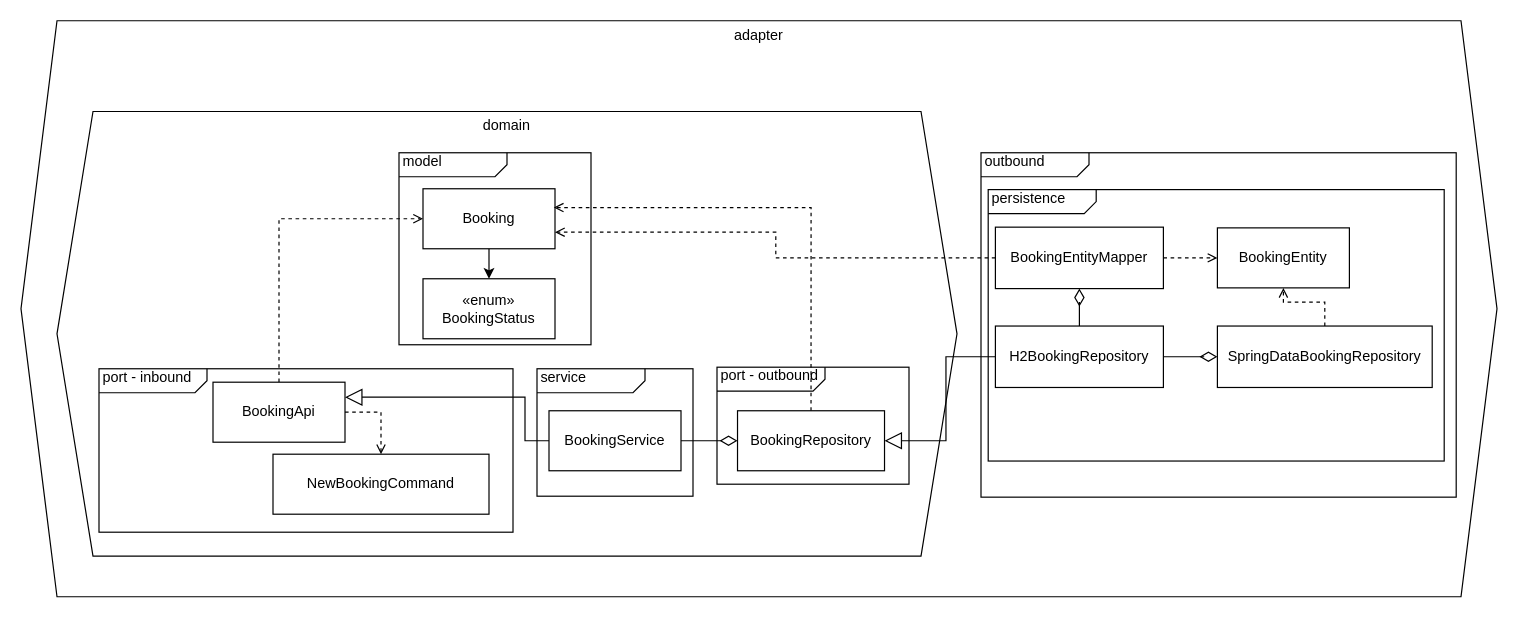
Earlier version of the draw.io diagram page "booking domein met persistence" (7 of 9) of docs/assignment-diagrammen/diagrammen-verzameling.drawio (Quintor/hexagonal-architecture-workshop). Source tidied: cells renumbered, new cells numbered last; positions are measured from the earlier drawing's top-left corner, leaving out a move shared by most shapes. Both pictures are drawn from the tidied source at 120%, with x=0, y=0 at pixel (20, 20).
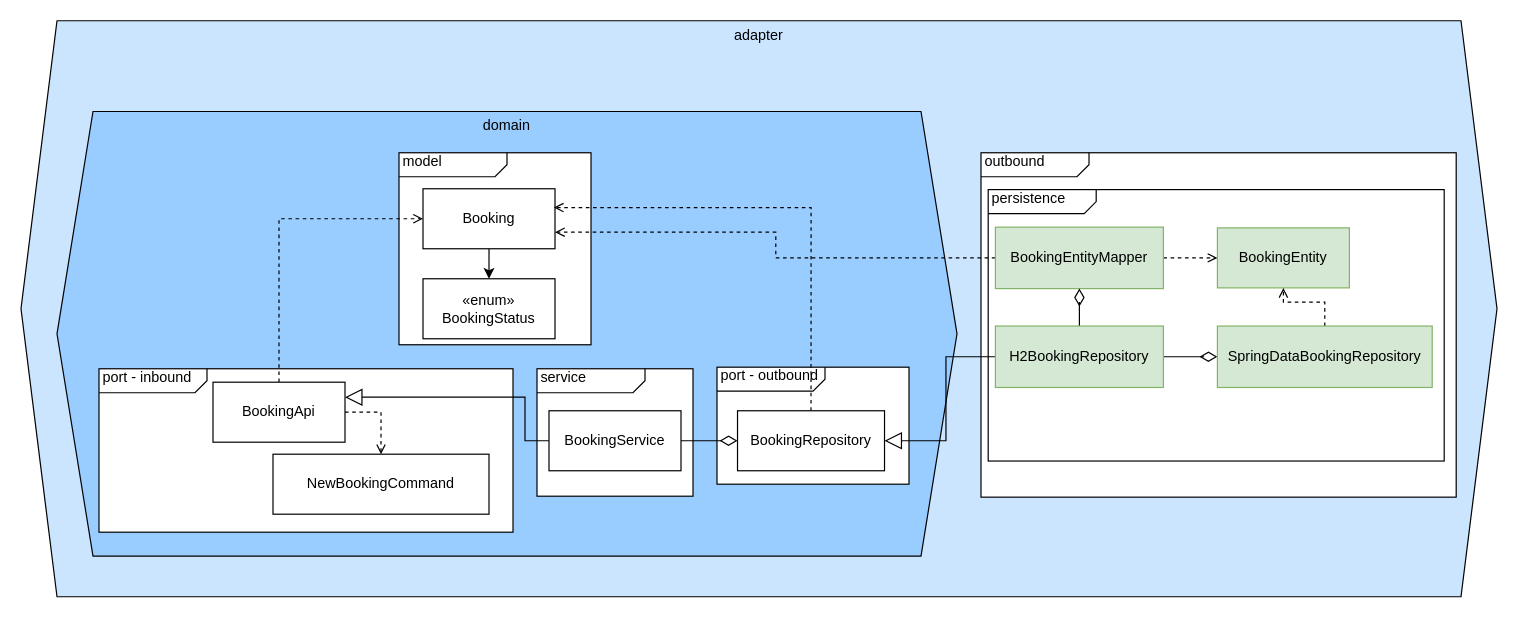
The same diagram, later.

What changed in the source:
```diff
@@
-    <mxCell id="2" value="adapter" style="shape=hexagon;perimeter=hexagonPerimeter2;whiteSpace=wrap;html=1;fixedSize=1;align=center;verticalAlign=top;spacing=0;size=30;" parent="1" vertex="1">
+    <mxCell id="2" value="adapter" style="shape=hexagon;perimeter=hexagonPerimeter2;whiteSpace=wrap;html=1;fixedSize=1;align=center;verticalAlign=top;spacing=0;size=30;fillColor=#CCE5FF;" parent="1" vertex="1">
       <mxGeometry y="-0.2" width="1230" height="480" as="geometry" />
     </mxCell>
-    <mxCell id="3" value="domain" style="shape=hexagon;perimeter=hexagonPerimeter2;whiteSpace=wrap;html=1;fixedSize=1;align=center;verticalAlign=top;spacing=0;size=30;" parent="1" vertex="1">
+    <mxCell id="3" value="domain" style="shape=hexagon;perimeter=hexagonPerimeter2;whiteSpace=wrap;html=1;fixedSize=1;align=center;verticalAlign=top;spacing=0;size=30;fillColor=#99CCFF;" parent="1" vertex="1">
       <mxGeometry x="30" y="75.4" width="750" height="370.6" as="geometry" />
     </mxCell>
@@
-    <mxCell id="22" value="&lt;div&gt;BookingEntity&lt;/div&gt;" style="html=1;whiteSpace=wrap;" parent="1" vertex="1">
+    <mxCell id="22" value="&lt;div&gt;BookingEntity&lt;/div&gt;" style="html=1;whiteSpace=wrap;fillColor=#d5e8d4;strokeColor=#82b366;" parent="1" vertex="1">
       <mxGeometry x="997" y="172.4" width="110" height="50" as="geometry" />
     </mxCell>
@@
-    <mxCell id="25" value="BookingEntityMapper" style="html=1;whiteSpace=wrap;" parent="1" vertex="1">
+    <mxCell id="25" value="BookingEntityMapper" style="html=1;whiteSpace=wrap;fillColor=#d5e8d4;strokeColor=#82b366;" parent="1" vertex="1">
       <mxGeometry x="812" y="171.8" width="140" height="51.2" as="geometry" />
     </mxCell>
@@
-    <mxCell id="29" value="H2BookingRepository" style="html=1;whiteSpace=wrap;" parent="1" vertex="1">
+    <mxCell id="29" value="H2BookingRepository" style="html=1;whiteSpace=wrap;fillColor=#d5e8d4;strokeColor=#82b366;" parent="1" vertex="1">
       <mxGeometry x="812" y="254.2" width="140" height="51.2" as="geometry" />
     </mxCell>
@@
-    <mxCell id="31" value="SpringDataBookingRepository" style="html=1;whiteSpace=wrap;" parent="1" vertex="1">
+    <mxCell id="31" value="SpringDataBookingRepository" style="html=1;whiteSpace=wrap;fillColor=#d5e8d4;strokeColor=#82b366;" parent="1" vertex="1">
       <mxGeometry x="997" y="254.2" width="179" height="51.2" as="geometry" />
     </mxCell>
```
